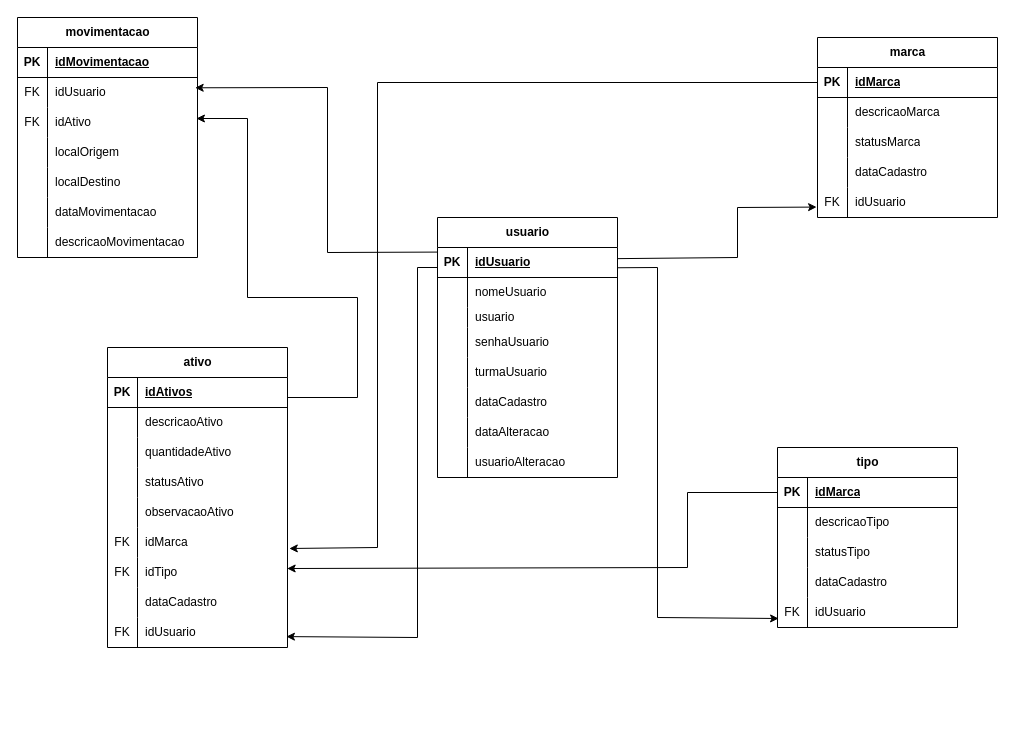
Above: fluxogramas/ER_bancodedados.drawio in asghensel/projetoCadastro (draw.io), before the change. Source tidied: cells renumbered, new cells numbered last; positions are measured from the earlier drawing's top-left corner, leaving out a move shared by most shapes. Both pictures are drawn from the tidied source at 100%, with x=0, y=0 at pixel (17, 17).
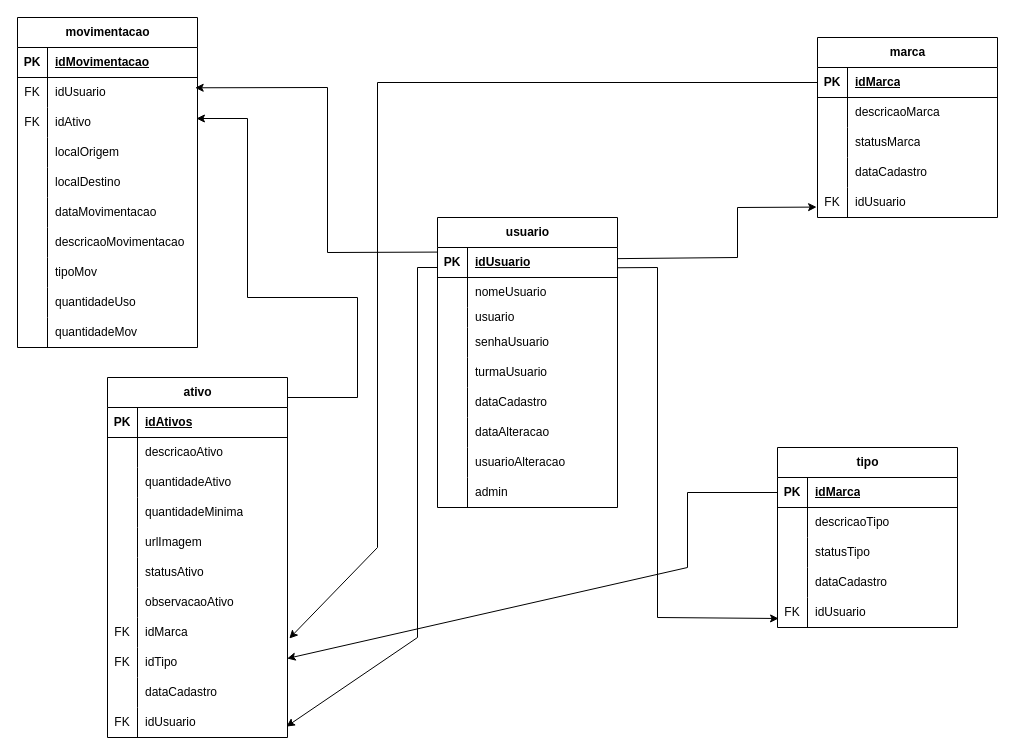
After the change.

Diff of the diagram source:
```diff
@@
     <mxCell id="2" value="usuario" style="shape=table;startSize=30;childLayout=tableLayout;rowLines=0;fontStyle=1;align=center;html=1;" parent="1" vertex="1">
-      <mxGeometry x="420" y="200" width="180" height="260" as="geometry" />
+      <mxGeometry x="420" y="200" width="180" height="290" as="geometry" />
     </mxCell>
@@
+    <mxCell id="116" style="shape=tableRow;horizontal=0;startSize=0;swimlaneHead=0;swimlaneBody=0;fillColor=none;top=0;left=0;right=0;bottom=0;" parent="2" vertex="1">
+      <mxGeometry y="260" width="180" height="30" as="geometry" />
+    </mxCell>
+    <mxCell id="117" style="shape=partialRectangle;fillColor=none;top=0;left=0;bottom=0;right=0;overflow=hidden;whiteSpace=wrap;html=1;" parent="116" vertex="1">
+      <mxGeometry width="30" height="30" as="geometry" />
+    </mxCell>
+    <mxCell id="118" value="admin" style="shape=partialRectangle;fillColor=none;top=0;left=0;bottom=0;right=0;align=left;spacingLeft=6;overflow=hidden;whiteSpace=wrap;html=1;" parent="116" vertex="1">
+      <mxGeometry x="30" width="150" height="30" as="geometry" />
+    </mxCell>
     <mxCell id="27" value="ativo" style="shape=table;startSize=30;childLayout=tableLayout;rowLines=0;fontStyle=1;align=center;html=1;" parent="1" vertex="1">
-      <mxGeometry x="90" y="330" width="180" height="300" as="geometry" />
+      <mxGeometry x="90" y="360" width="180" height="360" as="geometry" />
     </mxCell>
@@
+    <mxCell id="119" style="shape=tableRow;horizontal=0;startSize=0;swimlaneHead=0;swimlaneBody=0;fillColor=none;top=0;left=0;right=0;bottom=0;" parent="27" vertex="1">
+      <mxGeometry y="90" width="180" height="30" as="geometry" />
+    </mxCell>
+    <mxCell id="120" style="shape=partialRectangle;fillColor=none;top=0;left=0;bottom=0;right=0;overflow=hidden;whiteSpace=wrap;html=1;" parent="119" vertex="1">
+      <mxGeometry width="30" height="30" as="geometry" />
+    </mxCell>
+    <mxCell id="121" value="quantidadeAtivo" style="shape=partialRectangle;fillColor=none;top=0;left=0;bottom=0;right=0;align=left;spacingLeft=6;overflow=hidden;whiteSpace=wrap;html=1;" parent="119" vertex="1">
+      <mxGeometry x="30" width="150" height="30" as="geometry" />
+    </mxCell>
     <mxCell id="34" style="shape=tableRow;horizontal=0;startSize=0;swimlaneHead=0;swimlaneBody=0;fillColor=none;top=0;left=0;right=0;bottom=0;" parent="27" vertex="1">
-      <mxGeometry y="90" width="180" height="30" as="geometry" />
+      <mxGeometry y="120" width="180" height="30" as="geometry" />
     </mxCell>
@@
-    <mxCell id="36" value="quantidadeAtivo" style="shape=partialRectangle;fillColor=none;top=0;left=0;bottom=0;right=0;align=left;spacingLeft=6;overflow=hidden;whiteSpace=wrap;html=1;" parent="34" vertex="1">
+    <mxCell id="36" value="quantidadeMinima" style="shape=partialRectangle;fillColor=none;top=0;left=0;bottom=0;right=0;align=left;spacingLeft=6;overflow=hidden;whiteSpace=wrap;html=1;" parent="34" vertex="1">
       <mxGeometry x="30" width="150" height="30" as="geometry" />
     </mxCell>
+    <mxCell id="122" style="shape=tableRow;horizontal=0;startSize=0;swimlaneHead=0;swimlaneBody=0;fillColor=none;top=0;left=0;right=0;bottom=0;" parent="27" vertex="1">
+      <mxGeometry y="150" width="180" height="30" as="geometry" />
+    </mxCell>
+    <mxCell id="123" style="shape=partialRectangle;fillColor=none;top=0;left=0;bottom=0;right=0;overflow=hidden;whiteSpace=wrap;html=1;" parent="122" vertex="1">
+      <mxGeometry width="30" height="30" as="geometry" />
+    </mxCell>
+    <mxCell id="124" value="urlImagem" style="shape=partialRectangle;fillColor=none;top=0;left=0;bottom=0;right=0;align=left;spacingLeft=6;overflow=hidden;whiteSpace=wrap;html=1;" parent="122" vertex="1">
+      <mxGeometry x="30" width="150" height="30" as="geometry" />
+    </mxCell>
     <mxCell id="37" style="shape=tableRow;horizontal=0;startSize=0;swimlaneHead=0;swimlaneBody=0;fillColor=none;top=0;left=0;right=0;bottom=0;" parent="27" vertex="1">
-      <mxGeometry y="120" width="180" height="30" as="geometry" />
+      <mxGeometry y="180" width="180" height="30" as="geometry" />
     </mxCell>
@@
     <mxCell id="40" style="shape=tableRow;horizontal=0;startSize=0;swimlaneHead=0;swimlaneBody=0;fillColor=none;top=0;left=0;right=0;bottom=0;" parent="27" vertex="1">
-      <mxGeometry y="150" width="180" height="30" as="geometry" />
+      <mxGeometry y="210" width="180" height="30" as="geometry" />
     </mxCell>
@@
     <mxCell id="43" style="shape=tableRow;horizontal=0;startSize=0;swimlaneHead=0;swimlaneBody=0;fillColor=none;points=[[0,0.5],[1,0.5]];portConstraint=eastwest;top=0;left=0;right=0;bottom=0;" parent="27" vertex="1">
-      <mxGeometry y="180" width="180" height="30" as="geometry" />
+      <mxGeometry y="240" width="180" height="30" as="geometry" />
     </mxCell>
@@
     <mxCell id="46" style="shape=tableRow;horizontal=0;startSize=0;swimlaneHead=0;swimlaneBody=0;fillColor=none;points=[[0,0.5],[1,0.5]];portConstraint=eastwest;top=0;left=0;right=0;bottom=0;" parent="27" vertex="1">
-      <mxGeometry y="210" width="180" height="30" as="geometry" />
+      <mxGeometry y="270" width="180" height="30" as="geometry" />
     </mxCell>
@@
     <mxCell id="49" style="shape=tableRow;horizontal=0;startSize=0;swimlaneHead=0;swimlaneBody=0;fillColor=none;top=0;left=0;right=0;bottom=0;" parent="27" vertex="1">
-      <mxGeometry y="240" width="180" height="30" as="geometry" />
+      <mxGeometry y="300" width="180" height="30" as="geometry" />
     </mxCell>
@@
     <mxCell id="52" style="shape=tableRow;horizontal=0;startSize=0;swimlaneHead=0;swimlaneBody=0;fillColor=none;points=[[0,0.5],[1,0.5]];portConstraint=eastwest;top=0;left=0;right=0;bottom=0;" parent="27" vertex="1">
-      <mxGeometry y="270" width="180" height="30" as="geometry" />
+      <mxGeometry y="330" width="180" height="30" as="geometry" />
     </mxCell>
@@
     <mxCell id="87" value="movimentacao" style="shape=table;startSize=30;childLayout=tableLayout;rowLines=0;fontStyle=1;align=center;html=1;" parent="1" vertex="1">
-      <mxGeometry width="180" height="240" as="geometry" />
+      <mxGeometry width="180" height="330" as="geometry" />
     </mxCell>
@@
+    <mxCell id="125" style="shape=tableRow;horizontal=0;startSize=0;swimlaneHead=0;swimlaneBody=0;fillColor=none;top=0;left=0;right=0;bottom=0;" parent="87" vertex="1">
+      <mxGeometry y="240" width="180" height="30" as="geometry" />
+    </mxCell>
+    <mxCell id="126" style="shape=partialRectangle;fillColor=none;top=0;left=0;bottom=0;right=0;overflow=hidden;whiteSpace=wrap;html=1;" parent="125" vertex="1">
+      <mxGeometry width="30" height="30" as="geometry" />
+    </mxCell>
+    <mxCell id="127" value="tipoMov" style="shape=partialRectangle;fillColor=none;top=0;left=0;bottom=0;right=0;align=left;spacingLeft=6;overflow=hidden;whiteSpace=wrap;html=1;" parent="125" vertex="1">
+      <mxGeometry x="30" width="150" height="30" as="geometry" />
+    </mxCell>
+    <mxCell id="128" style="shape=tableRow;horizontal=0;startSize=0;swimlaneHead=0;swimlaneBody=0;fillColor=none;top=0;left=0;right=0;bottom=0;" parent="87" vertex="1">
+      <mxGeometry y="270" width="180" height="30" as="geometry" />
+    </mxCell>
+    <mxCell id="129" style="shape=partialRectangle;fillColor=none;top=0;left=0;bottom=0;right=0;overflow=hidden;whiteSpace=wrap;html=1;" parent="128" vertex="1">
+      <mxGeometry width="30" height="30" as="geometry" />
+    </mxCell>
+    <mxCell id="130" value="quantidadeUso" style="shape=partialRectangle;fillColor=none;top=0;left=0;bottom=0;right=0;align=left;spacingLeft=6;overflow=hidden;whiteSpace=wrap;html=1;" parent="128" vertex="1">
+      <mxGeometry x="30" width="150" height="30" as="geometry" />
+    </mxCell>
+    <mxCell id="131" style="shape=tableRow;horizontal=0;startSize=0;swimlaneHead=0;swimlaneBody=0;fillColor=none;top=0;left=0;right=0;bottom=0;" parent="87" vertex="1">
+      <mxGeometry y="300" width="180" height="30" as="geometry" />
+    </mxCell>
+    <mxCell id="132" style="shape=partialRectangle;fillColor=none;top=0;left=0;bottom=0;right=0;overflow=hidden;whiteSpace=wrap;html=1;" parent="131" vertex="1">
+      <mxGeometry width="30" height="30" as="geometry" />
+    </mxCell>
+    <mxCell id="133" value="quantidadeMov" style="shape=partialRectangle;fillColor=none;top=0;left=0;bottom=0;right=0;align=left;spacingLeft=6;overflow=hidden;whiteSpace=wrap;html=1;" parent="131" vertex="1">
+      <mxGeometry x="30" width="150" height="30" as="geometry" />
+    </mxCell>
```
